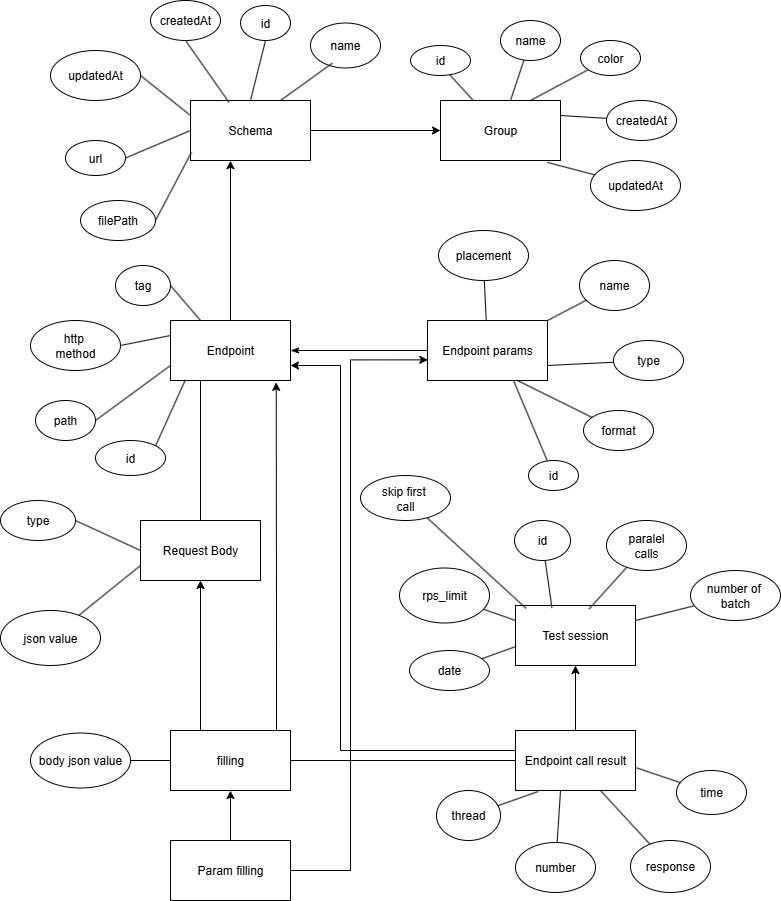
SylvaticGhost/ApiLense keeps this draw.io diagram as docs/ER.png. Above is the earlier version. Source tidied: cells renumbered, new cells last; positions are measured from the earlier drawing's top-left corner, leaving out a move shared by most shapes.
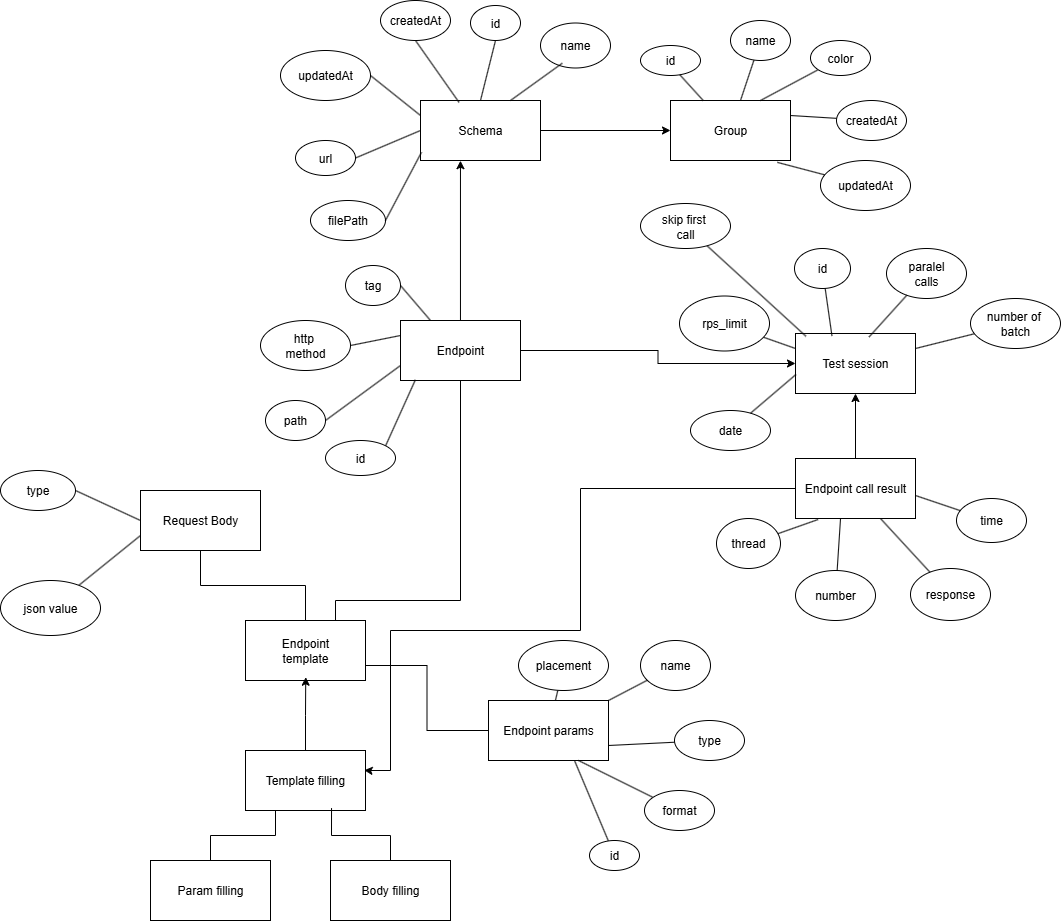
After the change.

What changed in the source:
```diff
@@ -53,26 +53,28 @@
     <mxCell id="18" value="filePath" style="ellipse;whiteSpace=wrap;html=1;" parent="1" vertex="1">
       <mxGeometry x="80" y="200" width="75" height="40" as="geometry" />
     </mxCell>
+    <mxCell id="20" style="edgeStyle=orthogonalEdgeStyle;rounded=0;jettySize=auto;html=1;" parent="1" edge="1" source="22">
+      <mxGeometry relative="1" as="geometry">
+        <mxPoint x="625" y="393" as="targetPoint" />
+      </mxGeometry>
+    </mxCell>
-    <mxCell id="19" style="edgeStyle=orthogonalEdgeStyle;rounded=0;jettySize=auto;html=1;entryX=1;entryY=0.5;entryDx=0;entryDy=0;endArrow=none;endFill=0;" parent="1" edge="1" source="22" target="56">
-      <mxGeometry relative="1" as="geometry" />
+    <mxCell id="19" style="edgeStyle=orthogonalEdgeStyle;rounded=0;jettySize=auto;html=1;entryX=0.989;entryY=0.329;entryDx=0;entryDy=0;entryPerimeter=0;" parent="1" edge="1" source="22" target="56">
+      <mxGeometry relative="1" as="geometry">
+        <Array as="points">
+          <mxPoint x="350" y="488" />
+          <mxPoint x="350" y="630" />
+          <mxPoint x="160" y="630" />
+          <mxPoint x="160" y="770" />
+          <mxPoint x="137" y="770" />
+        </Array>
+      </mxGeometry>
     </mxCell>
-    <mxCell id="20" style="edgeStyle=orthogonalEdgeStyle;rounded=0;jettySize=auto;html=1;" parent="1" edge="1" source="22" target="61">
-      <mxGeometry relative="1" as="geometry" />
-    </mxCell>
-    <mxCell id="21" style="edgeStyle=orthogonalEdgeStyle;rounded=0;jettySize=auto;html=1;entryX=1;entryY=0.75;entryDx=0;entryDy=0;" parent="1" edge="1" source="22" target="24">
-      <mxGeometry relative="1" as="geometry">
-        <Array as="points">
-          <mxPoint x="340" y="750" />
-          <mxPoint x="340" y="365" />
-        </Array>
-      </mxGeometry>
-    </mxCell>
     <mxCell id="22" value="Endpoint call result" style="rounded=0;whiteSpace=wrap;html=1;" parent="1" vertex="1">
-      <mxGeometry x="515" y="730" width="120" height="60" as="geometry" />
+      <mxGeometry x="565" y="458" width="120" height="60" as="geometry" />
     </mxCell>
-    <mxCell id="23" style="edgeStyle=orthogonalEdgeStyle;rounded=0;jettySize=auto;html=1;entryX=0;entryY=0.5;entryDx=0;entryDy=0;endArrow=none;endFill=0;startArrow=classicThin;startFill=1;" parent="1" edge="1" source="24" target="28">
-      <mxGeometry relative="1" as="geometry" />
-    </mxCell>
+    <mxCell id="88" style="edgeStyle=orthogonalEdgeStyle;rounded=0;jettySize=auto;html=1;entryX=0;entryY=0.5;entryDx=0;entryDy=0;" parent="1" edge="1" source="24" target="61">
+      <mxGeometry relative="1" as="geometry" />
+    </mxCell>
     <mxCell id="24" value="Endpoint" style="rounded=0;whiteSpace=wrap;html=1;" parent="1" vertex="1">
       <mxGeometry x="170" y="320" width="120" height="60" as="geometry" />
     </mxCell>
@@ -85,8 +87,11 @@
     <mxCell id="27" value="http&amp;nbsp;&lt;div&gt;method&lt;/div&gt;" style="ellipse;whiteSpace=wrap;html=1;" parent="1" vertex="1">
       <mxGeometry x="30" y="320" width="90" height="50" as="geometry" />
     </mxCell>
+    <mxCell id="89" style="edgeStyle=orthogonalEdgeStyle;rounded=0;jettySize=auto;html=1;endArrow=none;endFill=0;entryX=1;entryY=0.75;entryDx=0;entryDy=0;" parent="1" edge="1" source="28" target="92">
+      <mxGeometry relative="1" as="geometry" />
+    </mxCell>
     <mxCell id="28" value="Endpoint params" style="rounded=0;whiteSpace=wrap;html=1;" parent="1" vertex="1">
-      <mxGeometry x="427" y="320" width="120" height="60" as="geometry" />
+      <mxGeometry x="258" y="700" width="120" height="60" as="geometry" />
     </mxCell>
     <mxCell id="29" style="edgeStyle=orthogonalEdgeStyle;rounded=0;jettySize=auto;html=1;entryX=0.333;entryY=1.003;entryDx=0;entryDy=0;entryPerimeter=0;" parent="1" edge="1" source="24" target="3">
       <mxGeometry relative="1" as="geometry" />
@@ -95,37 +100,37 @@
       <mxGeometry relative="1" as="geometry" />
     </mxCell>
     <mxCell id="31" value="name" style="ellipse;whiteSpace=wrap;html=1;" parent="1" vertex="1">
-      <mxGeometry x="579" y="260" width="70" height="50" as="geometry" />
+      <mxGeometry x="410" y="640" width="70" height="50" as="geometry" />
     </mxCell>
     <mxCell id="32" style="rounded=0;jettySize=auto;html=1;entryX=1;entryY=0.75;entryDx=0;entryDy=0;endArrow=none;endFill=0;" parent="1" edge="1" source="33" target="28">
       <mxGeometry relative="1" as="geometry" />
     </mxCell>
     <mxCell id="33" value="type" style="ellipse;whiteSpace=wrap;html=1;" parent="1" vertex="1">
-      <mxGeometry x="613" y="340" width="70" height="40" as="geometry" />
+      <mxGeometry x="444" y="720" width="70" height="40" as="geometry" />
     </mxCell>
     <mxCell id="34" style="rounded=0;jettySize=auto;html=1;endArrow=none;endFill=0;" parent="1" edge="1" source="35" target="28">
       <mxGeometry relative="1" as="geometry" />
     </mxCell>
     <mxCell id="35" value="placement" style="ellipse;whiteSpace=wrap;html=1;" parent="1" vertex="1">
-      <mxGeometry x="438" y="230" width="90" height="50" as="geometry" />
+      <mxGeometry x="288" y="640" width="90" height="50" as="geometry" />
     </mxCell>
     <mxCell id="36" style="rounded=0;jettySize=auto;html=1;entryX=0.75;entryY=1;entryDx=0;entryDy=0;endArrow=none;endFill=0;" parent="1" edge="1" source="37" target="28">
       <mxGeometry relative="1" as="geometry" />
     </mxCell>
     <mxCell id="37" value="format" style="ellipse;whiteSpace=wrap;html=1;" parent="1" vertex="1">
-      <mxGeometry x="583" y="410" width="70" height="40" as="geometry" />
+      <mxGeometry x="414" y="790" width="70" height="40" as="geometry" />
     </mxCell>
-    <mxCell id="38" style="edgeStyle=orthogonalEdgeStyle;rounded=0;jettySize=auto;html=1;endArrow=none;endFill=0;entryX=0.25;entryY=1;entryDx=0;entryDy=0;" parent="1" edge="1" source="39" target="24">
-      <mxGeometry relative="1" as="geometry" />
-    </mxCell>
+    <mxCell id="90" style="edgeStyle=orthogonalEdgeStyle;rounded=0;jettySize=auto;html=1;entryX=0.5;entryY=0;entryDx=0;entryDy=0;endArrow=none;endFill=0;" parent="1" edge="1" source="39" target="92">
+      <mxGeometry relative="1" as="geometry" />
+    </mxCell>
     <mxCell id="39" value="Request Body" style="rounded=0;whiteSpace=wrap;html=1;" parent="1" vertex="1">
-      <mxGeometry x="140" y="520" width="120" height="60" as="geometry" />
+      <mxGeometry x="-90" y="490" width="120" height="60" as="geometry" />
     </mxCell>
     <mxCell id="40" style="rounded=0;jettySize=auto;html=1;entryX=0;entryY=0.75;entryDx=0;entryDy=0;endArrow=none;endFill=0;" parent="1" edge="1" source="41" target="39">
       <mxGeometry relative="1" as="geometry" />
     </mxCell>
     <mxCell id="41" value="json value" style="ellipse;whiteSpace=wrap;html=1;" parent="1" vertex="1">
-      <mxGeometry y="610" width="100" height="55" as="geometry" />
+      <mxGeometry x="-230" y="580" width="100" height="55" as="geometry" />
     </mxCell>
     <mxCell id="42" style="endArrow=none;html=1;rounded=0;entryX=1;entryY=0;entryDx=0;entryDy=0;exitX=0.124;exitY=0.989;exitDx=0;exitDy=0;exitPerimeter=0;" parent="1" edge="1" source="24" target="25">
       <mxGeometry relative="1" as="geometry" />
@@ -137,7 +142,7 @@
       <mxGeometry relative="1" as="geometry" />
     </mxCell>
     <mxCell id="45" value="type" style="ellipse;whiteSpace=wrap;html=1;" parent="1" vertex="1">
-      <mxGeometry y="500" width="75" height="40" as="geometry" />
+      <mxGeometry x="-230" y="470" width="75" height="40" as="geometry" />
     </mxCell>
     <mxCell id="46" style="endArrow=none;html=1;rounded=0;entryX=0;entryY=0.5;entryDx=0;entryDy=0;exitX=1;exitY=0.5;exitDx=0;exitDy=0;" parent="1" edge="1" source="45" target="39">
       <mxGeometry relative="1" as="geometry" />
@@ -166,18 +171,9 @@
     <mxCell id="54" style="rounded=0;jettySize=auto;html=1;entryX=0.89;entryY=1.031;entryDx=0;entryDy=0;entryPerimeter=0;endArrow=none;endFill=0;" parent="1" edge="1" source="12" target="4">
       <mxGeometry relative="1" as="geometry" />
     </mxCell>
-    <mxCell id="55" style="edgeStyle=orthogonalEdgeStyle;rounded=0;jettySize=auto;html=1;entryX=0.5;entryY=1;entryDx=0;entryDy=0;exitX=0.25;exitY=0;exitDx=0;exitDy=0;" parent="1" edge="1" source="56" target="39">
-      <mxGeometry relative="1" as="geometry" />
-    </mxCell>
-    <mxCell id="56" value="filling" style="rounded=0;whiteSpace=wrap;html=1;" parent="1" vertex="1">
-      <mxGeometry x="170" y="730" width="120" height="60" as="geometry" />
+    <mxCell id="56" value="Template filling" style="rounded=0;whiteSpace=wrap;html=1;" parent="1" vertex="1">
+      <mxGeometry x="15" y="750" width="120" height="60" as="geometry" />
     </mxCell>
-    <mxCell id="57" style="edgeStyle=orthogonalEdgeStyle;rounded=0;jettySize=auto;html=1;endArrow=none;endFill=0;" parent="1" edge="1" source="58" target="56">
-      <mxGeometry relative="1" as="geometry" />
-    </mxCell>
-    <mxCell id="58" value="body json value" style="ellipse;whiteSpace=wrap;html=1;" parent="1" vertex="1">
-      <mxGeometry x="30" y="732.5" width="100" height="55" as="geometry" />
-    </mxCell>
     <mxCell id="59" style="rounded=0;jettySize=auto;html=1;entryX=0.25;entryY=0;entryDx=0;entryDy=0;exitX=1;exitY=0.5;exitDx=0;exitDy=0;endArrow=none;endFill=0;" parent="1" edge="1" source="60" target="24">
       <mxGeometry relative="1" as="geometry" />
     </mxCell>
@@ -185,54 +181,54 @@
       <mxGeometry x="115" y="265" width="55" height="40" as="geometry" />
     </mxCell>
     <mxCell id="61" value="Test session" style="rounded=0;whiteSpace=wrap;html=1;" parent="1" vertex="1">
-      <mxGeometry x="515" y="605" width="120" height="60" as="geometry" />
+      <mxGeometry x="565" y="333" width="120" height="60" as="geometry" />
     </mxCell>
     <mxCell id="62" value="paralel&lt;div&gt;calls&lt;/div&gt;" style="ellipse;whiteSpace=wrap;html=1;" parent="1" vertex="1">
-      <mxGeometry x="606" y="520" width="80" height="50" as="geometry" />
+      <mxGeometry x="656" y="248" width="80" height="50" as="geometry" />
     </mxCell>
     <mxCell id="63" style="rounded=0;jettySize=auto;html=1;entryX=1;entryY=0.25;entryDx=0;entryDy=0;endArrow=none;endFill=0;" parent="1" edge="1" source="64" target="61">
       <mxGeometry relative="1" as="geometry" />
     </mxCell>
     <mxCell id="64" value="number of&amp;nbsp;&lt;div&gt;batch&lt;/div&gt;" style="ellipse;whiteSpace=wrap;html=1;" parent="1" vertex="1">
-      <mxGeometry x="690" y="570" width="90" height="50" as="geometry" />
+      <mxGeometry x="740" y="298" width="90" height="50" as="geometry" />
     </mxCell>
     <mxCell id="65" style="rounded=0;jettySize=auto;html=1;endArrow=none;endFill=0;entryX=0.087;entryY=0.046;entryDx=0;entryDy=0;entryPerimeter=0;" parent="1" edge="1" source="66" target="61">
       <mxGeometry relative="1" as="geometry" />
     </mxCell>
     <mxCell id="66" value="skip first&amp;nbsp;&lt;div&gt;call&lt;/div&gt;" style="ellipse;whiteSpace=wrap;html=1;" parent="1" vertex="1">
-      <mxGeometry x="360" y="475" width="90" height="45" as="geometry" />
+      <mxGeometry x="410" y="203" width="90" height="45" as="geometry" />
     </mxCell>
     <mxCell id="67" style="rounded=0;jettySize=auto;html=1;endArrow=none;endFill=0;" parent="1" edge="1" source="68">
       <mxGeometry relative="1" as="geometry">
-        <mxPoint x="513" y="380" as="targetPoint" />
+        <mxPoint x="344" y="760" as="targetPoint" />
       </mxGeometry>
     </mxCell>
     <mxCell id="68" value="id" style="ellipse;whiteSpace=wrap;html=1;" parent="1" vertex="1">
-      <mxGeometry x="528" y="460" width="50" height="30" as="geometry" />
+      <mxGeometry x="359" y="840" width="50" height="30" as="geometry" />
     </mxCell>
     <mxCell id="69" value="thread" style="ellipse;whiteSpace=wrap;html=1;" parent="1" vertex="1">
-      <mxGeometry x="436" y="790" width="64" height="50" as="geometry" />
+      <mxGeometry x="486" y="518" width="64" height="50" as="geometry" />
     </mxCell>
     <mxCell id="70" value="response" style="ellipse;whiteSpace=wrap;html=1;" parent="1" vertex="1">
-      <mxGeometry x="630" y="840" width="80" height="52" as="geometry" />
+      <mxGeometry x="680" y="568" width="80" height="52" as="geometry" />
     </mxCell>
     <mxCell id="71" value="time" style="ellipse;whiteSpace=wrap;html=1;" parent="1" vertex="1">
-      <mxGeometry x="676" y="770" width="70" height="44" as="geometry" />
+      <mxGeometry x="726" y="498" width="70" height="44" as="geometry" />
     </mxCell>
     <mxCell id="72" value="number" style="ellipse;whiteSpace=wrap;html=1;" parent="1" vertex="1">
-      <mxGeometry x="515" y="842" width="80" height="50" as="geometry" />
+      <mxGeometry x="565" y="570" width="80" height="50" as="geometry" />
     </mxCell>
     <mxCell id="73" value="id" style="ellipse;whiteSpace=wrap;html=1;" parent="1" vertex="1">
-      <mxGeometry x="514" y="520" width="56" height="40" as="geometry" />
+      <mxGeometry x="564" y="248" width="56" height="40" as="geometry" />
     </mxCell>
     <mxCell id="74" style="rounded=0;jettySize=auto;html=1;entryX=0;entryY=0.25;entryDx=0;entryDy=0;endArrow=none;endFill=0;" parent="1" edge="1" source="75" target="61">
       <mxGeometry relative="1" as="geometry" />
     </mxCell>
     <mxCell id="75" value="rps_limit" style="ellipse;whiteSpace=wrap;html=1;" parent="1" vertex="1">
-      <mxGeometry x="399" y="567.5" width="90" height="55" as="geometry" />
+      <mxGeometry x="449" y="295.5" width="90" height="55" as="geometry" />
     </mxCell>
     <mxCell id="76" value="date" style="ellipse;whiteSpace=wrap;html=1;" parent="1" vertex="1">
-      <mxGeometry x="409" y="650" width="80" height="40" as="geometry" />
+      <mxGeometry x="460" y="410" width="80" height="40" as="geometry" />
     </mxCell>
     <mxCell id="77" style="rounded=0;jettySize=auto;html=1;entryX=0.004;entryY=0.683;entryDx=0;entryDy=0;entryPerimeter=0;endArrow=none;endFill=0;" parent="1" edge="1" source="76" target="61">
       <mxGeometry relative="1" as="geometry" />
@@ -255,27 +251,31 @@
     <mxCell id="83" style="rounded=0;jettySize=auto;html=1;entryX=1;entryY=0.617;entryDx=0;entryDy=0;entryPerimeter=0;endArrow=none;endFill=0;" parent="1" edge="1" source="71" target="22">
       <mxGeometry relative="1" as="geometry" />
     </mxCell>
-    <mxCell id="84" style="edgeStyle=orthogonalEdgeStyle;rounded=0;jettySize=auto;html=1;entryX=0.5;entryY=1;entryDx=0;entryDy=0;" parent="1" edge="1" source="85" target="56">
+    <mxCell id="84" style="edgeStyle=orthogonalEdgeStyle;rounded=0;jettySize=auto;html=1;entryX=0.25;entryY=1;entryDx=0;entryDy=0;endArrow=none;endFill=0;" parent="1" edge="1" source="85" target="56">
       <mxGeometry relative="1" as="geometry" />
     </mxCell>
     <mxCell id="85" value="Param filling" style="rounded=0;whiteSpace=wrap;html=1;" parent="1" vertex="1">
-      <mxGeometry x="170" y="840" width="120" height="60" as="geometry" />
+      <mxGeometry x="-80" y="860" width="120" height="60" as="geometry" />
     </mxCell>
-    <mxCell id="86" style="edgeStyle=orthogonalEdgeStyle;rounded=0;jettySize=auto;html=1;entryX=0.881;entryY=1.031;entryDx=0;entryDy=0;entryPerimeter=0;" parent="1" edge="1" source="56" target="24">
-      <mxGeometry relative="1" as="geometry">
-        <Array as="points">
-          <mxPoint x="276" y="640" />
-          <mxPoint x="276" y="640" />
-        </Array>
-      </mxGeometry>
-    </mxCell>
-    <mxCell id="87" style="edgeStyle=orthogonalEdgeStyle;rounded=0;jettySize=auto;html=1;entryX=0.003;entryY=0.656;entryDx=0;entryDy=0;entryPerimeter=0;" parent="1" edge="1" source="85" target="28">
-      <mxGeometry relative="1" as="geometry">
-        <Array as="points">
-          <mxPoint x="350" y="870" />
-          <mxPoint x="350" y="359" />
-        </Array>
-      </mxGeometry>
-    </mxCell>
+    <mxCell id="91" style="edgeStyle=orthogonalEdgeStyle;rounded=0;jettySize=auto;html=1;entryX=0.5;entryY=1;entryDx=0;entryDy=0;exitX=0.75;exitY=0;exitDx=0;exitDy=0;endArrow=none;endFill=0;" parent="1" edge="1" source="92" target="24">
+      <mxGeometry relative="1" as="geometry">
+        <Array as="points">
+          <mxPoint x="105" y="600" />
+          <mxPoint x="230" y="600" />
+        </Array>
+      </mxGeometry>
+    </mxCell>
+    <mxCell id="92" value="Endpoint&lt;div&gt;template&lt;/div&gt;" style="rounded=0;whiteSpace=wrap;html=1;" parent="1" vertex="1">
+      <mxGeometry x="15" y="620" width="120" height="60" as="geometry" />
+    </mxCell>
+    <mxCell id="93" value="Body filling" style="rounded=0;whiteSpace=wrap;html=1;" parent="1" vertex="1">
+      <mxGeometry x="100" y="860" width="120" height="60" as="geometry" />
+    </mxCell>
+    <mxCell id="94" style="edgeStyle=orthogonalEdgeStyle;rounded=0;jettySize=auto;html=1;entryX=0.717;entryY=0.96;entryDx=0;entryDy=0;entryPerimeter=0;endArrow=none;endFill=0;" parent="1" edge="1" source="93" target="56">
+      <mxGeometry relative="1" as="geometry" />
+    </mxCell>
+    <mxCell id="95" style="edgeStyle=orthogonalEdgeStyle;rounded=0;jettySize=auto;html=1;entryX=0.502;entryY=0.945;entryDx=0;entryDy=0;entryPerimeter=0;" parent="1" edge="1" source="56" target="92">
+      <mxGeometry relative="1" as="geometry" />
+    </mxCell>
   </root>
 </mxGraphModel>
```
